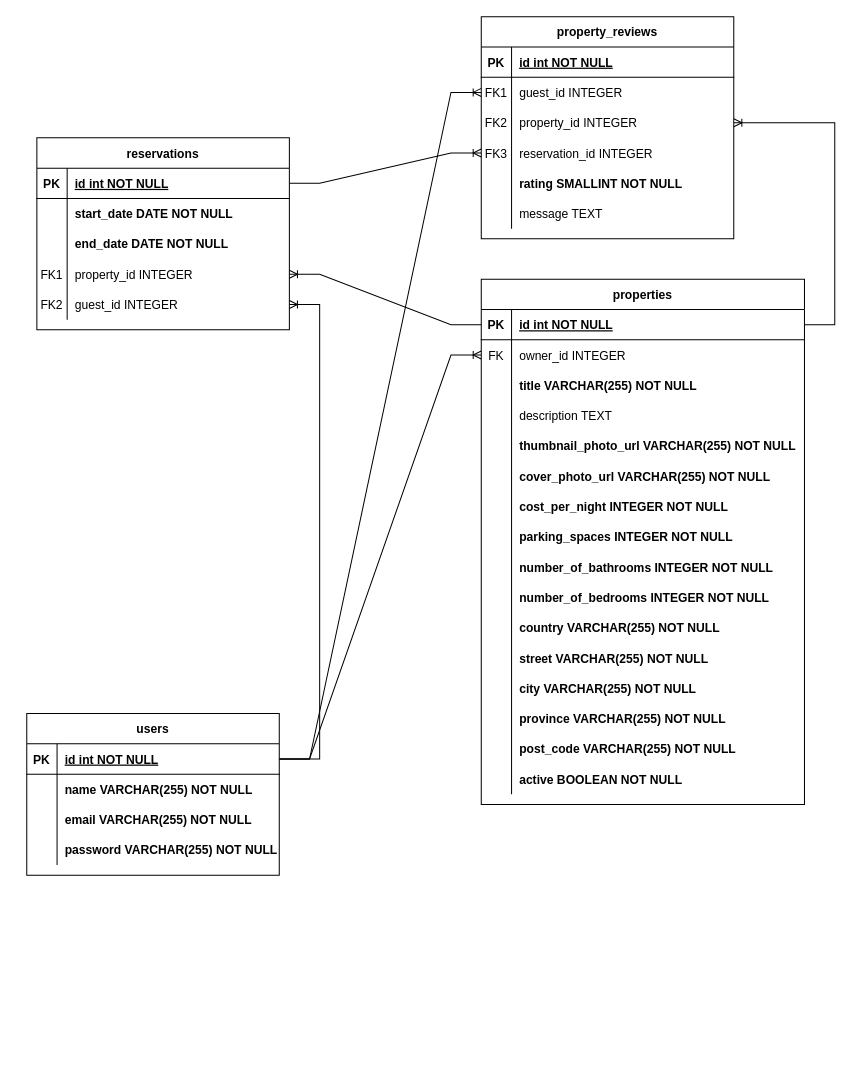
raubersn/LightBnB keeps this draw.io diagram as docs/LightBnB-ERD.drawio. Above is the earlier version. Source tidied: cells renumbered, new cells numbered last; positions are measured from the earlier drawing's top-left corner, leaving out a move shared by most shapes. Both pictures are drawn from the tidied source at 101%, with x=0, y=0 at pixel (26, 16).
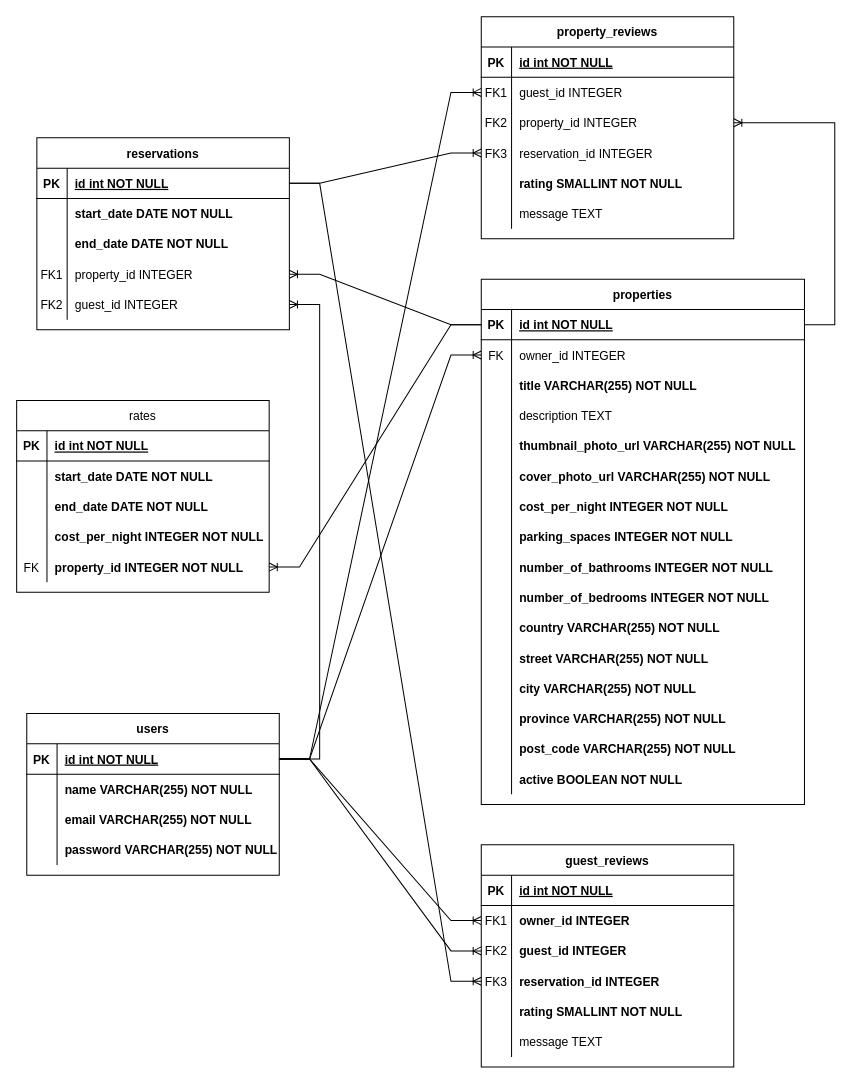
The same diagram, later.

Commit message (it also covers changes not shown here):
Extend the LightBnB ERD by adding more tables according to requirements

The change refers to these unchanged cells:
```xml
<mxCell id="3" style="shape=partialRectangle;fillColor=none;points=[[0,0.5],[1,0.5]];portConstraint=eastwest;top=0;left=0;right=0;bottom=1;" parent="2" vertex="1">
  <mxGeometry y="30" width="320" height="30" as="geometry" />
</mxCell>
<mxCell id="52" style="shape=partialRectangle;fillColor=none;points=[[0,0.5],[1,0.5]];portConstraint=eastwest;top=0;left=0;right=0;bottom=1;" parent="51" vertex="1">
  <mxGeometry y="30" width="250" height="30" as="geometry" />
</mxCell>
<mxCell id="87" style="shape=partialRectangle;fillColor=none;points=[[0,0.5],[1,0.5]];portConstraint=eastwest;top=0;left=0;right=0;bottom=1;" parent="86" vertex="1">
  <mxGeometry y="30" width="250" height="30" as="geometry" />
</mxCell>
```

What changed in the source:
```diff
@@
+    <mxCell id="105" value="rates" style="shape=table;startSize=30;childLayout=tableLayout;rowLines=0;fontStyle=0;align=center;" parent="1" vertex="1">
+      <mxGeometry x="-10" y="380" width="250" height="190" as="geometry" />
+    </mxCell>
+    <mxCell id="106" style="shape=partialRectangle;fillColor=none;top=0;left=0;right=0;bottom=1;" parent="105" vertex="1">
+      <mxGeometry y="30" width="250" height="30" as="geometry" />
+    </mxCell>
+    <mxCell id="107" value="PK" style="shape=partialRectangle;overflow=hidden;fillColor=none;top=0;left=0;bottom=0;right=0;fontStyle=1;" parent="106" vertex="1">
+      <mxGeometry width="30" height="30" as="geometry" />
+    </mxCell>
+    <mxCell id="108" value="id int NOT NULL " style="shape=partialRectangle;overflow=hidden;fillColor=none;top=0;left=0;bottom=0;right=0;align=left;spacingLeft=6;fontStyle=5;" parent="106" vertex="1">
+      <mxGeometry x="30" width="220" height="30" as="geometry" />
+    </mxCell>
+    <mxCell id="109" style="shape=partialRectangle;fillColor=none;top=0;left=0;right=0;bottom=0;" parent="105" vertex="1">
+      <mxGeometry y="60" width="250" height="30" as="geometry" />
+    </mxCell>
+    <mxCell id="110" style="shape=partialRectangle;overflow=hidden;fillColor=none;top=0;left=0;bottom=0;right=0;" parent="109" vertex="1">
+      <mxGeometry width="30" height="30" as="geometry" />
+    </mxCell>
+    <mxCell id="111" value="start_date DATE NOT NULL" style="shape=partialRectangle;overflow=hidden;fillColor=none;top=0;left=0;bottom=0;right=0;align=left;spacingLeft=6;fontStyle=1;" parent="109" vertex="1">
+      <mxGeometry x="30" width="220" height="30" as="geometry" />
+    </mxCell>
+    <mxCell id="112" style="shape=partialRectangle;fillColor=none;top=0;left=0;right=0;bottom=0;" parent="105" vertex="1">
+      <mxGeometry y="90" width="250" height="30" as="geometry" />
+    </mxCell>
+    <mxCell id="113" style="shape=partialRectangle;overflow=hidden;fillColor=none;top=0;left=0;bottom=0;right=0;" parent="112" vertex="1">
+      <mxGeometry width="30" height="30" as="geometry" />
+    </mxCell>
+    <mxCell id="114" value="end_date DATE NOT NULL" style="shape=partialRectangle;overflow=hidden;fillColor=none;top=0;left=0;bottom=0;right=0;align=left;spacingLeft=6;fontStyle=1;" parent="112" vertex="1">
+      <mxGeometry x="30" width="220" height="30" as="geometry" />
+    </mxCell>
+    <mxCell id="115" style="shape=partialRectangle;fillColor=none;top=0;left=0;right=0;bottom=0;" parent="105" vertex="1">
+      <mxGeometry y="120" width="250" height="30" as="geometry" />
+    </mxCell>
+    <mxCell id="116" style="shape=partialRectangle;overflow=hidden;fillColor=none;top=0;left=0;bottom=0;right=0;" parent="115" vertex="1">
+      <mxGeometry width="30" height="30" as="geometry" />
+    </mxCell>
+    <mxCell id="117" value="cost_per_night INTEGER NOT NULL" style="shape=partialRectangle;overflow=hidden;fillColor=none;top=0;left=0;bottom=0;right=0;align=left;spacingLeft=6;fontStyle=1;" parent="115" vertex="1">
+      <mxGeometry x="30" width="220" height="30" as="geometry" />
+    </mxCell>
+    <mxCell id="118" style="shape=partialRectangle;fillColor=none;points=[[0,0.5],[1,0.5]];portConstraint=eastwest;top=0;left=0;right=0;bottom=0;" parent="105" vertex="1">
+      <mxGeometry y="150" width="250" height="30" as="geometry" />
+    </mxCell>
+    <mxCell id="119" value="FK" style="shape=partialRectangle;overflow=hidden;fillColor=none;top=0;left=0;bottom=0;right=0;" parent="118" vertex="1">
+      <mxGeometry width="30" height="30" as="geometry" />
+    </mxCell>
+    <mxCell id="120" value="property_id INTEGER NOT NULL" style="shape=partialRectangle;overflow=hidden;fillColor=none;top=0;left=0;bottom=0;right=0;align=left;spacingLeft=6;fontStyle=1;" parent="118" vertex="1">
+      <mxGeometry x="30" width="220" height="30" as="geometry" />
+    </mxCell>
+    <mxCell id="121" style="edgeStyle=entityRelationEdgeStyle;fontSize=12;html=1;endArrow=ERoneToMany;rounded=0;" parent="1" edge="1" source="3" target="118">
+      <mxGeometry relative="1" as="geometry" />
+    </mxCell>
+    <mxCell id="122" value="guest_reviews" style="shape=table;startSize=30;childLayout=tableLayout;rowLines=0;fontStyle=1;align=center;" parent="1" vertex="1">
+      <mxGeometry x="450" y="820" width="250" height="220" as="geometry" />
+    </mxCell>
+    <mxCell id="123" style="shape=partialRectangle;fillColor=none;top=0;left=0;right=0;bottom=1;" parent="122" vertex="1">
+      <mxGeometry y="30" width="250" height="30" as="geometry" />
+    </mxCell>
+    <mxCell id="124" value="PK" style="shape=partialRectangle;overflow=hidden;fillColor=none;top=0;left=0;bottom=0;right=0;fontStyle=1;" parent="123" vertex="1">
+      <mxGeometry width="30" height="30" as="geometry" />
+    </mxCell>
+    <mxCell id="125" value="id int NOT NULL " style="shape=partialRectangle;overflow=hidden;fillColor=none;top=0;left=0;bottom=0;right=0;align=left;spacingLeft=6;fontStyle=5;" parent="123" vertex="1">
+      <mxGeometry x="30" width="220" height="30" as="geometry" />
+    </mxCell>
+    <mxCell id="126" style="shape=partialRectangle;fillColor=none;points=[[0,0.5],[1,0.5]];portConstraint=eastwest;top=0;left=0;right=0;bottom=0;" parent="122" vertex="1">
+      <mxGeometry y="60" width="250" height="30" as="geometry" />
+    </mxCell>
+    <mxCell id="127" value="FK1" style="shape=partialRectangle;overflow=hidden;fillColor=none;top=0;left=0;bottom=0;right=0;" parent="126" vertex="1">
+      <mxGeometry width="30" height="30" as="geometry" />
+    </mxCell>
+    <mxCell id="128" value="owner_id INTEGER" style="shape=partialRectangle;overflow=hidden;fillColor=none;top=0;left=0;bottom=0;right=0;align=left;spacingLeft=6;fontStyle=1;" parent="126" vertex="1">
+      <mxGeometry x="30" width="220" height="30" as="geometry" />
+    </mxCell>
+    <mxCell id="129" style="shape=partialRectangle;fillColor=none;points=[[0,0.5],[1,0.5]];portConstraint=eastwest;top=0;left=0;right=0;bottom=0;" parent="122" vertex="1">
+      <mxGeometry y="90" width="250" height="30" as="geometry" />
+    </mxCell>
+    <mxCell id="130" value="FK2" style="shape=partialRectangle;overflow=hidden;fillColor=none;top=0;left=0;bottom=0;right=0;" parent="129" vertex="1">
+      <mxGeometry width="30" height="30" as="geometry" />
+    </mxCell>
+    <mxCell id="131" value="guest_id INTEGER" style="shape=partialRectangle;overflow=hidden;fillColor=none;top=0;left=0;bottom=0;right=0;align=left;spacingLeft=6;fontStyle=1;" parent="129" vertex="1">
+      <mxGeometry x="30" width="220" height="30" as="geometry" />
+    </mxCell>
+    <mxCell id="132" style="shape=partialRectangle;fillColor=none;points=[[0,0.5],[1,0.5]];portConstraint=eastwest;top=0;left=0;right=0;bottom=0;" parent="122" vertex="1">
+      <mxGeometry y="120" width="250" height="30" as="geometry" />
+    </mxCell>
+    <mxCell id="133" value="FK3" style="shape=partialRectangle;overflow=hidden;fillColor=none;top=0;left=0;bottom=0;right=0;" parent="132" vertex="1">
+      <mxGeometry width="30" height="30" as="geometry" />
+    </mxCell>
+    <mxCell id="134" value="reservation_id INTEGER" style="shape=partialRectangle;overflow=hidden;fillColor=none;top=0;left=0;bottom=0;right=0;align=left;spacingLeft=6;fontStyle=1;" parent="132" vertex="1">
+      <mxGeometry x="30" width="220" height="30" as="geometry" />
+    </mxCell>
+    <mxCell id="135" style="shape=partialRectangle;fillColor=none;top=0;left=0;right=0;bottom=0;" parent="122" vertex="1">
+      <mxGeometry y="150" width="250" height="30" as="geometry" />
+    </mxCell>
+    <mxCell id="136" style="shape=partialRectangle;overflow=hidden;fillColor=none;top=0;left=0;bottom=0;right=0;" parent="135" vertex="1">
+      <mxGeometry width="30" height="30" as="geometry" />
+    </mxCell>
+    <mxCell id="137" value="rating SMALLINT NOT NULL" style="shape=partialRectangle;overflow=hidden;fillColor=none;top=0;left=0;bottom=0;right=0;align=left;spacingLeft=6;fontStyle=1;" parent="135" vertex="1">
+      <mxGeometry x="30" width="220" height="30" as="geometry" />
+    </mxCell>
+    <mxCell id="138" style="shape=partialRectangle;fillColor=none;top=0;left=0;right=0;bottom=0;" parent="122" vertex="1">
+      <mxGeometry y="180" width="250" height="30" as="geometry" />
+    </mxCell>
+    <mxCell id="139" style="shape=partialRectangle;overflow=hidden;fillColor=none;top=0;left=0;bottom=0;right=0;" parent="138" vertex="1">
+      <mxGeometry width="30" height="30" as="geometry" />
+    </mxCell>
+    <mxCell id="140" value="message TEXT" style="shape=partialRectangle;overflow=hidden;fillColor=none;top=0;left=0;bottom=0;right=0;align=left;spacingLeft=6;" parent="138" vertex="1">
+      <mxGeometry x="30" width="220" height="30" as="geometry" />
+    </mxCell>
+    <mxCell id="141" style="edgeStyle=entityRelationEdgeStyle;fontSize=12;html=1;endArrow=ERoneToMany;rounded=0;" parent="1" edge="1" source="87" target="126">
+      <mxGeometry relative="1" as="geometry" />
+    </mxCell>
+    <mxCell id="142" style="edgeStyle=entityRelationEdgeStyle;fontSize=12;html=1;endArrow=ERoneToMany;rounded=0;" parent="1" edge="1" source="87" target="129">
+      <mxGeometry relative="1" as="geometry" />
+    </mxCell>
+    <mxCell id="143" style="edgeStyle=entityRelationEdgeStyle;fontSize=12;html=1;endArrow=ERoneToMany;rounded=0;" parent="1" edge="1" source="52" target="132">
+      <mxGeometry relative="1" as="geometry" />
+    </mxCell>
```
